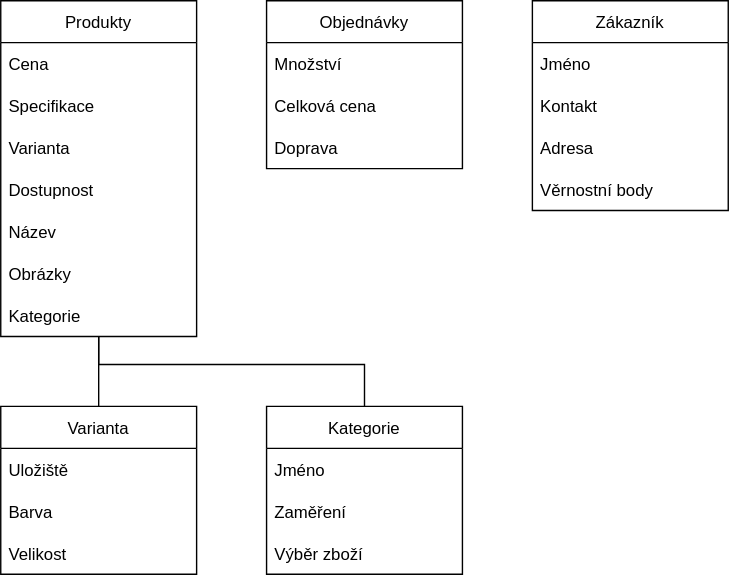
hongolem/Diagrams keeps this draw.io diagram as 22092022.drawio.svg. Above is the earlier version. Source tidied: cells renumbered, new cells last; positions are measured from the earlier drawing's top-left corner, leaving out a move shared by most shapes.
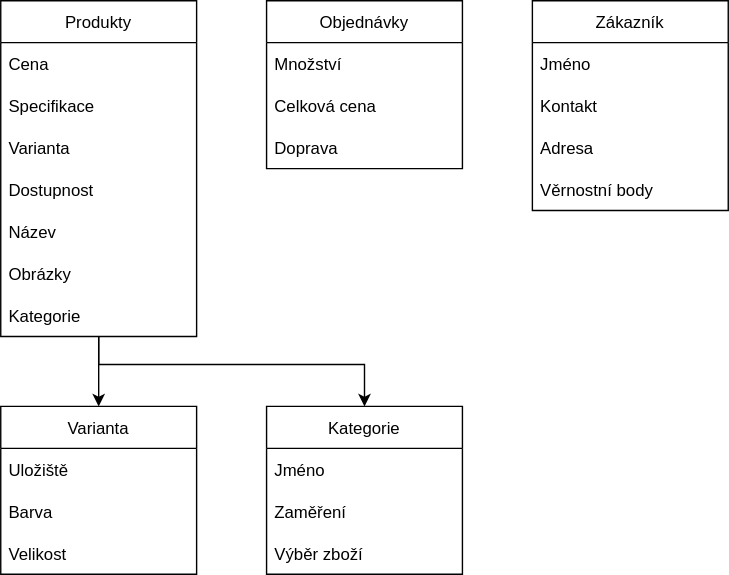
The same diagram one commit later.

Diff of the diagram source:
```diff
@@ -2,10 +2,10 @@
   <root>
     <mxCell id="0" />
     <mxCell id="1" parent="0" />
-    <mxCell id="2" style="edgeStyle=orthogonalEdgeStyle;rounded=0;jettySize=auto;html=1;endArrow=none;endFill=0;" parent="1" edge="1" source="4" target="21">
+    <mxCell id="2" style="edgeStyle=orthogonalEdgeStyle;rounded=0;jettySize=auto;html=1;endArrow=classic;endFill=1;" parent="1" edge="1" source="4" target="21">
       <mxGeometry relative="1" as="geometry" />
     </mxCell>
-    <mxCell id="3" style="edgeStyle=orthogonalEdgeStyle;rounded=0;jettySize=auto;html=1;endArrow=none;endFill=0;" parent="1" edge="1" source="4" target="25">
+    <mxCell id="3" style="edgeStyle=orthogonalEdgeStyle;rounded=0;jettySize=auto;html=1;endArrow=classic;endFill=1;" parent="1" edge="1" source="4" target="25">
       <mxGeometry relative="1" as="geometry">
         <Array as="points">
           <mxPoint x="70" y="260" />
```
